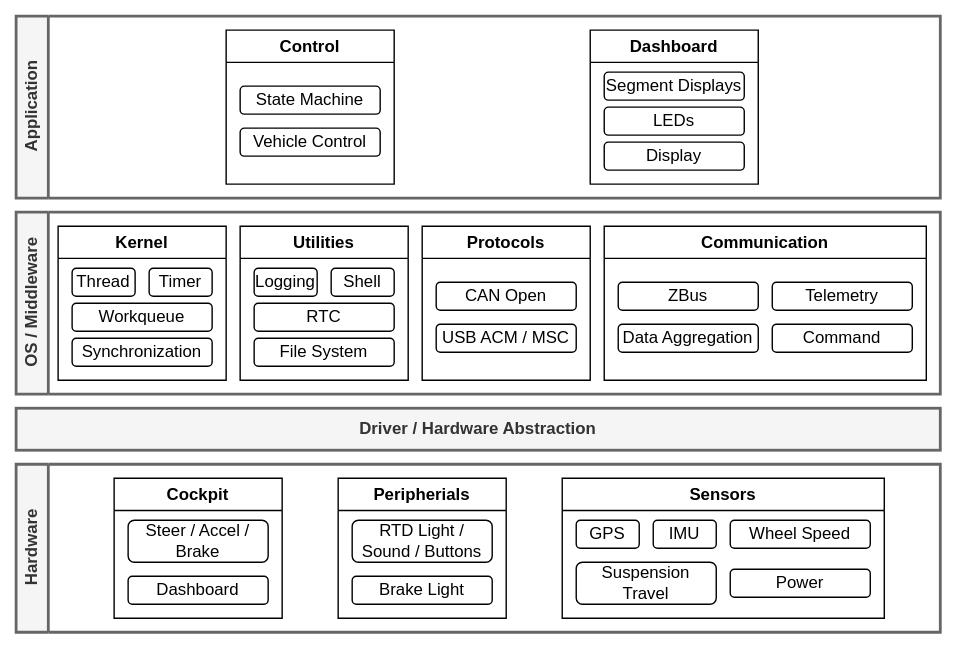
NTURacingTeam/nturt_zephyr_common keeps this draw.io diagram as doc/_static/images/architecture.svg. Above is the earlier version. Source tidied: cells renumbered, new cells last; positions are measured from the earlier drawing's top-left corner, leaving out a move shared by most shapes. Its diagram source:
```xml
<mxGraphModel>
  <root>
    <mxCell id="0" />
    <mxCell id="1" parent="0" />
    <mxCell id="2" value="Hardware" style="swimlane;horizontal=0;whiteSpace=wrap;html=1;fillColor=#f5f5f5;strokeColor=#666666;fontColor=#333333;labelBackgroundColor=none;gradientColor=none;rounded=0;shadow=0;glass=0;strokeWidth=2;" parent="1" vertex="1">
      <mxGeometry y="320" width="660" height="120" as="geometry" />
    </mxCell>
    <mxCell id="3" value="Cockpit" style="swimlane;whiteSpace=wrap;html=1;shadow=0;" parent="2" vertex="1">
      <mxGeometry x="70" y="10" width="120" height="100" as="geometry" />
    </mxCell>
    <mxCell id="4" value="Steer / Accel / Brake" style="rounded=1;whiteSpace=wrap;html=1;" parent="3" vertex="1">
      <mxGeometry x="10" y="30" width="100" height="30" as="geometry" />
    </mxCell>
    <mxCell id="5" value="Dashboard" style="rounded=1;whiteSpace=wrap;html=1;" parent="3" vertex="1">
      <mxGeometry x="10" y="70" width="100" height="20" as="geometry" />
    </mxCell>
    <mxCell id="6" value="Peripherials" style="swimlane;whiteSpace=wrap;html=1;" parent="2" vertex="1">
      <mxGeometry x="230" y="10" width="120" height="100" as="geometry" />
    </mxCell>
    <mxCell id="7" value="RTD Light / Sound / Buttons" style="rounded=1;whiteSpace=wrap;html=1;" parent="6" vertex="1">
      <mxGeometry x="10" y="30" width="100" height="30" as="geometry" />
    </mxCell>
    <mxCell id="8" value="Brake Light" style="rounded=1;whiteSpace=wrap;html=1;" parent="6" vertex="1">
      <mxGeometry x="10" y="70" width="100" height="20" as="geometry" />
    </mxCell>
    <mxCell id="9" value="Sensors" style="swimlane;whiteSpace=wrap;html=1;" parent="2" vertex="1">
      <mxGeometry x="390" y="10" width="230" height="100" as="geometry" />
    </mxCell>
    <mxCell id="10" value="GPS" style="rounded=1;whiteSpace=wrap;html=1;" parent="9" vertex="1">
      <mxGeometry x="10" y="30" width="45" height="20" as="geometry" />
    </mxCell>
    <mxCell id="11" value="Suspension Travel" style="rounded=1;whiteSpace=wrap;html=1;" parent="9" vertex="1">
      <mxGeometry x="10" y="60" width="100" height="30" as="geometry" />
    </mxCell>
    <mxCell id="12" value="IMU" style="rounded=1;whiteSpace=wrap;html=1;" parent="9" vertex="1">
      <mxGeometry x="65" y="30" width="45" height="20" as="geometry" />
    </mxCell>
    <mxCell id="13" value="Wheel Speed" style="rounded=1;whiteSpace=wrap;html=1;" parent="9" vertex="1">
      <mxGeometry x="120" y="30" width="100" height="20" as="geometry" />
    </mxCell>
    <mxCell id="14" value="Power" style="rounded=1;whiteSpace=wrap;html=1;" parent="9" vertex="1">
      <mxGeometry x="120" y="65" width="100" height="20" as="geometry" />
    </mxCell>
    <mxCell id="15" value="OS / Middleware" style="swimlane;horizontal=0;whiteSpace=wrap;html=1;startSize=23;fillColor=#f5f5f5;fontColor=#333333;strokeColor=#666666;strokeWidth=2;" parent="1" vertex="1">
      <mxGeometry y="140" width="660" height="130" as="geometry" />
    </mxCell>
    <mxCell id="16" value="Kernel" style="swimlane;whiteSpace=wrap;html=1;startSize=23;" parent="15" vertex="1">
      <mxGeometry x="30" y="10" width="120" height="110" as="geometry" />
    </mxCell>
    <mxCell id="17" value="Thread" style="rounded=1;whiteSpace=wrap;html=1;" parent="16" vertex="1">
      <mxGeometry x="10" y="30" width="45" height="20" as="geometry" />
    </mxCell>
    <mxCell id="18" value="Workqueue" style="rounded=1;whiteSpace=wrap;html=1;" parent="16" vertex="1">
      <mxGeometry x="10" y="55" width="100" height="20" as="geometry" />
    </mxCell>
    <mxCell id="19" value="Synchron&lt;span style=&quot;background-color: transparent;&quot;&gt;ization&lt;/span&gt;" style="rounded=1;whiteSpace=wrap;html=1;" parent="16" vertex="1">
      <mxGeometry x="10" y="80" width="100" height="20" as="geometry" />
    </mxCell>
    <mxCell id="20" value="Timer" style="rounded=1;whiteSpace=wrap;html=1;" parent="16" vertex="1">
      <mxGeometry x="65" y="30" width="45" height="20" as="geometry" />
    </mxCell>
    <mxCell id="21" value="Utilities" style="swimlane;whiteSpace=wrap;html=1;" parent="15" vertex="1">
      <mxGeometry x="160" y="10" width="120" height="110" as="geometry" />
    </mxCell>
    <mxCell id="22" value="Shell" style="rounded=1;whiteSpace=wrap;html=1;" parent="21" vertex="1">
      <mxGeometry x="65" y="30" width="45" height="20" as="geometry" />
    </mxCell>
    <mxCell id="23" value="Logging" style="rounded=1;whiteSpace=wrap;html=1;" parent="21" vertex="1">
      <mxGeometry x="10" y="30" width="45" height="20" as="geometry" />
    </mxCell>
    <mxCell id="24" value="RTC" style="rounded=1;whiteSpace=wrap;html=1;" parent="21" vertex="1">
      <mxGeometry x="10" y="55" width="100" height="20" as="geometry" />
    </mxCell>
    <mxCell id="25" value="File System" style="rounded=1;whiteSpace=wrap;html=1;" parent="21" vertex="1">
      <mxGeometry x="10" y="80" width="100" height="20" as="geometry" />
    </mxCell>
    <mxCell id="26" value="Communication" style="swimlane;whiteSpace=wrap;html=1;" parent="15" vertex="1">
      <mxGeometry x="420" y="10" width="230" height="110" as="geometry" />
    </mxCell>
    <mxCell id="27" value="ZBus" style="rounded=1;whiteSpace=wrap;html=1;" parent="26" vertex="1">
      <mxGeometry x="10" y="40" width="100" height="20" as="geometry" />
    </mxCell>
    <mxCell id="28" value="Telemetry" style="rounded=1;whiteSpace=wrap;html=1;" parent="26" vertex="1">
      <mxGeometry x="120" y="40" width="100" height="20" as="geometry" />
    </mxCell>
    <mxCell id="29" value="Data Aggregation" style="rounded=1;whiteSpace=wrap;html=1;" parent="26" vertex="1">
      <mxGeometry x="10" y="70" width="100" height="20" as="geometry" />
    </mxCell>
    <mxCell id="30" value="Command" style="rounded=1;whiteSpace=wrap;html=1;" parent="26" vertex="1">
      <mxGeometry x="120" y="70" width="100" height="20" as="geometry" />
    </mxCell>
    <mxCell id="31" value="Protocols" style="swimlane;whiteSpace=wrap;html=1;startSize=23;" parent="15" vertex="1">
      <mxGeometry x="290" y="10" width="120" height="110" as="geometry" />
    </mxCell>
    <mxCell id="32" value="CAN Open" style="rounded=1;whiteSpace=wrap;html=1;" parent="31" vertex="1">
      <mxGeometry x="10" y="40" width="100" height="20" as="geometry" />
    </mxCell>
    <mxCell id="33" value="USB ACM / MSC" style="rounded=1;whiteSpace=wrap;html=1;" parent="31" vertex="1">
      <mxGeometry x="10" y="70" width="100" height="20" as="geometry" />
    </mxCell>
    <mxCell id="34" value="Application" style="swimlane;horizontal=0;whiteSpace=wrap;html=1;strokeWidth=2;fillColor=#f5f5f5;fontColor=#333333;strokeColor=#666666;" parent="1" vertex="1">
      <mxGeometry width="660" height="130" as="geometry" />
    </mxCell>
    <mxCell id="35" value="Control" style="swimlane;whiteSpace=wrap;html=1;startSize=23;" parent="34" vertex="1">
      <mxGeometry x="150" y="10" width="120" height="110" as="geometry" />
    </mxCell>
    <mxCell id="36" value="State Machine" style="rounded=1;whiteSpace=wrap;html=1;" parent="35" vertex="1">
      <mxGeometry x="10" y="40" width="100" height="20" as="geometry" />
    </mxCell>
    <mxCell id="37" value="Vehicle Control" style="rounded=1;whiteSpace=wrap;html=1;" parent="35" vertex="1">
      <mxGeometry x="10" y="70" width="100" height="20" as="geometry" />
    </mxCell>
    <mxCell id="38" value="Dashboard" style="swimlane;whiteSpace=wrap;html=1;startSize=23;" parent="34" vertex="1">
      <mxGeometry x="410" y="10" width="120" height="110" as="geometry" />
    </mxCell>
    <mxCell id="39" value="Segment Displays" style="rounded=1;whiteSpace=wrap;html=1;" parent="38" vertex="1">
      <mxGeometry x="10" y="30" width="100" height="20" as="geometry" />
    </mxCell>
    <mxCell id="40" value="Display" style="rounded=1;whiteSpace=wrap;html=1;" parent="38" vertex="1">
      <mxGeometry x="10" y="80" width="100" height="20" as="geometry" />
    </mxCell>
    <mxCell id="41" value="LEDs" style="rounded=1;whiteSpace=wrap;html=1;" parent="38" vertex="1">
      <mxGeometry x="10" y="55" width="100" height="20" as="geometry" />
    </mxCell>
    <mxCell id="42" value="&lt;b&gt;Driver / Hardware Abstraction&lt;/b&gt;" style="rounded=0;whiteSpace=wrap;html=1;fillColor=#f5f5f5;strokeColor=#666666;fontColor=#333333;strokeWidth=2;" parent="1" vertex="1">
      <mxGeometry y="280" width="660" height="30" as="geometry" />
    </mxCell>
  </root>
</mxGraphModel>
```
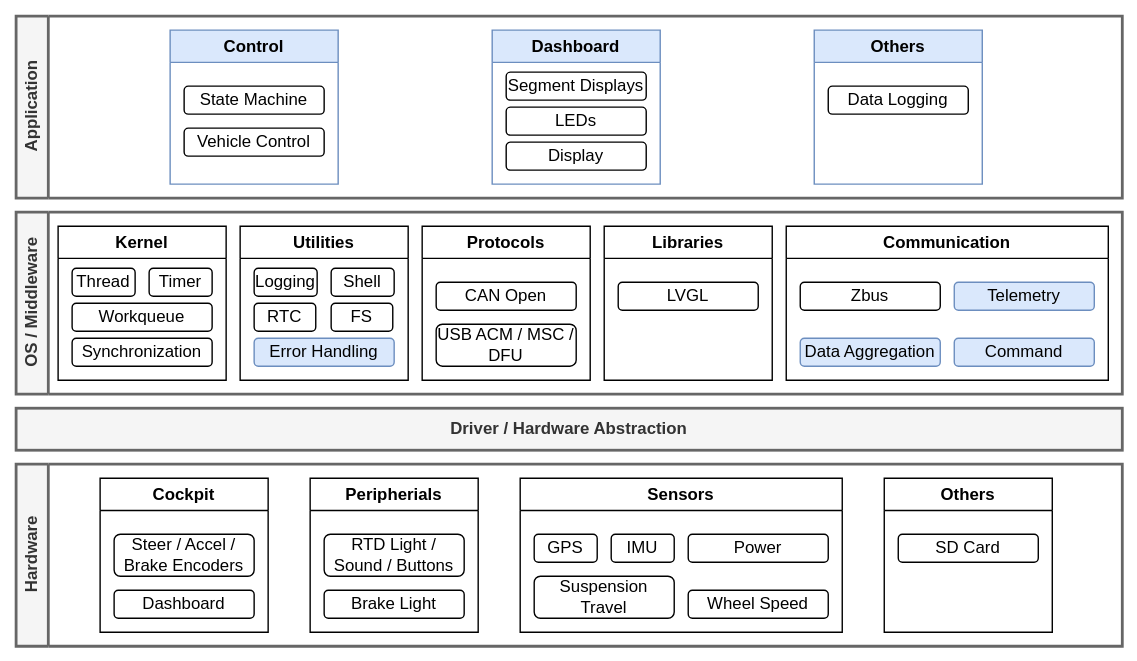
The same diagram one commit later.

Change to the diagram source:
```diff
@@ -3,46 +3,52 @@
     <mxCell id="0" />
     <mxCell id="1" parent="0" />
     <mxCell id="2" value="Hardware" style="swimlane;horizontal=0;whiteSpace=wrap;html=1;fillColor=#f5f5f5;strokeColor=#666666;fontColor=#333333;labelBackgroundColor=none;gradientColor=none;rounded=0;shadow=0;glass=0;strokeWidth=2;" parent="1" vertex="1">
-      <mxGeometry y="320" width="660" height="120" as="geometry" />
+      <mxGeometry y="320" width="790" height="130" as="geometry" />
     </mxCell>
     <mxCell id="3" value="Cockpit" style="swimlane;whiteSpace=wrap;html=1;shadow=0;" parent="2" vertex="1">
-      <mxGeometry x="70" y="10" width="120" height="100" as="geometry" />
+      <mxGeometry x="60" y="10" width="120" height="110" as="geometry" />
     </mxCell>
-    <mxCell id="4" value="Steer / Accel / Brake" style="rounded=1;whiteSpace=wrap;html=1;" parent="3" vertex="1">
-      <mxGeometry x="10" y="30" width="100" height="30" as="geometry" />
+    <mxCell id="4" value="Steer / Accel / Brake Encoders" style="rounded=1;whiteSpace=wrap;html=1;" parent="3" vertex="1">
+      <mxGeometry x="10" y="40" width="100" height="30" as="geometry" />
     </mxCell>
     <mxCell id="5" value="Dashboard" style="rounded=1;whiteSpace=wrap;html=1;" parent="3" vertex="1">
-      <mxGeometry x="10" y="70" width="100" height="20" as="geometry" />
+      <mxGeometry x="10" y="80" width="100" height="20" as="geometry" />
     </mxCell>
     <mxCell id="6" value="Peripherials" style="swimlane;whiteSpace=wrap;html=1;" parent="2" vertex="1">
-      <mxGeometry x="230" y="10" width="120" height="100" as="geometry" />
+      <mxGeometry x="210" y="10" width="120" height="110" as="geometry" />
     </mxCell>
     <mxCell id="7" value="RTD Light / Sound / Buttons" style="rounded=1;whiteSpace=wrap;html=1;" parent="6" vertex="1">
-      <mxGeometry x="10" y="30" width="100" height="30" as="geometry" />
+      <mxGeometry x="10" y="40" width="100" height="30" as="geometry" />
     </mxCell>
     <mxCell id="8" value="Brake Light" style="rounded=1;whiteSpace=wrap;html=1;" parent="6" vertex="1">
-      <mxGeometry x="10" y="70" width="100" height="20" as="geometry" />
+      <mxGeometry x="10" y="80" width="100" height="20" as="geometry" />
     </mxCell>
     <mxCell id="9" value="Sensors" style="swimlane;whiteSpace=wrap;html=1;" parent="2" vertex="1">
-      <mxGeometry x="390" y="10" width="230" height="100" as="geometry" />
+      <mxGeometry x="360" y="10" width="230" height="110" as="geometry" />
     </mxCell>
     <mxCell id="10" value="GPS" style="rounded=1;whiteSpace=wrap;html=1;" parent="9" vertex="1">
-      <mxGeometry x="10" y="30" width="45" height="20" as="geometry" />
+      <mxGeometry x="10" y="40" width="45" height="20" as="geometry" />
     </mxCell>
     <mxCell id="11" value="Suspension Travel" style="rounded=1;whiteSpace=wrap;html=1;" parent="9" vertex="1">
-      <mxGeometry x="10" y="60" width="100" height="30" as="geometry" />
+      <mxGeometry x="10" y="70" width="100" height="30" as="geometry" />
     </mxCell>
     <mxCell id="12" value="IMU" style="rounded=1;whiteSpace=wrap;html=1;" parent="9" vertex="1">
-      <mxGeometry x="65" y="30" width="45" height="20" as="geometry" />
+      <mxGeometry x="65" y="40" width="45" height="20" as="geometry" />
     </mxCell>
+    <mxCell id="14" value="Power" style="rounded=1;whiteSpace=wrap;html=1;" parent="9" vertex="1">
+      <mxGeometry x="120" y="40" width="100" height="20" as="geometry" />
+    </mxCell>
     <mxCell id="13" value="Wheel Speed" style="rounded=1;whiteSpace=wrap;html=1;" parent="9" vertex="1">
-      <mxGeometry x="120" y="30" width="100" height="20" as="geometry" />
+      <mxGeometry x="120" y="80" width="100" height="20" as="geometry" />
     </mxCell>
-    <mxCell id="14" value="Power" style="rounded=1;whiteSpace=wrap;html=1;" parent="9" vertex="1">
-      <mxGeometry x="120" y="65" width="100" height="20" as="geometry" />
-    </mxCell>
+    <mxCell id="43" value="Others" style="swimlane;whiteSpace=wrap;html=1;" parent="2" vertex="1">
+      <mxGeometry x="620" y="10" width="120" height="110" as="geometry" />
+    </mxCell>
+    <mxCell id="44" value="SD Card" style="rounded=1;whiteSpace=wrap;html=1;" parent="43" vertex="1">
+      <mxGeometry x="10" y="40" width="100" height="20" as="geometry" />
+    </mxCell>
     <mxCell id="15" value="OS / Middleware" style="swimlane;horizontal=0;whiteSpace=wrap;html=1;startSize=23;fillColor=#f5f5f5;fontColor=#333333;strokeColor=#666666;strokeWidth=2;" parent="1" vertex="1">
-      <mxGeometry y="140" width="660" height="130" as="geometry" />
+      <mxGeometry y="140" width="790" height="130" as="geometry" />
     </mxCell>
     <mxCell id="16" value="Kernel" style="swimlane;whiteSpace=wrap;html=1;startSize=23;" parent="15" vertex="1">
       <mxGeometry x="30" y="10" width="120" height="110" as="geometry" />
@@ -69,40 +75,49 @@
       <mxGeometry x="10" y="30" width="45" height="20" as="geometry" />
     </mxCell>
     <mxCell id="24" value="RTC" style="rounded=1;whiteSpace=wrap;html=1;" parent="21" vertex="1">
-      <mxGeometry x="10" y="55" width="100" height="20" as="geometry" />
+      <mxGeometry x="10" y="55" width="44" height="20" as="geometry" />
     </mxCell>
-    <mxCell id="25" value="File System" style="rounded=1;whiteSpace=wrap;html=1;" parent="21" vertex="1">
+    <mxCell id="25" value="Error Handling" style="rounded=1;whiteSpace=wrap;html=1;fillColor=#dae8fc;strokeColor=#6c8ebf;" parent="21" vertex="1">
       <mxGeometry x="10" y="80" width="100" height="20" as="geometry" />
     </mxCell>
+    <mxCell id="45" value="FS" style="rounded=1;whiteSpace=wrap;html=1;" parent="21" vertex="1">
+      <mxGeometry x="65" y="55" width="44" height="20" as="geometry" />
+    </mxCell>
+    <mxCell id="31" value="Protocols" style="swimlane;whiteSpace=wrap;html=1;startSize=23;" parent="15" vertex="1">
+      <mxGeometry x="290" y="10" width="120" height="110" as="geometry" />
+    </mxCell>
+    <mxCell id="32" value="CAN Open" style="rounded=1;whiteSpace=wrap;html=1;fillStyle=auto;" parent="31" vertex="1">
+      <mxGeometry x="10" y="40" width="100" height="20" as="geometry" />
+    </mxCell>
+    <mxCell id="33" value="USB ACM / MSC / DFU" style="rounded=1;whiteSpace=wrap;html=1;" parent="31" vertex="1">
+      <mxGeometry x="10" y="70" width="100" height="30" as="geometry" />
+    </mxCell>
+    <mxCell id="46" value="Libraries" style="swimlane;whiteSpace=wrap;html=1;startSize=23;" parent="15" vertex="1">
+      <mxGeometry x="420" y="10" width="120" height="110" as="geometry" />
+    </mxCell>
+    <mxCell id="47" value="LVGL" style="rounded=1;whiteSpace=wrap;html=1;" parent="46" vertex="1">
+      <mxGeometry x="10" y="40" width="100" height="20" as="geometry" />
+    </mxCell>
     <mxCell id="26" value="Communication" style="swimlane;whiteSpace=wrap;html=1;" parent="15" vertex="1">
-      <mxGeometry x="420" y="10" width="230" height="110" as="geometry" />
+      <mxGeometry x="550" y="10" width="230" height="110" as="geometry" />
     </mxCell>
-    <mxCell id="27" value="ZBus" style="rounded=1;whiteSpace=wrap;html=1;" parent="26" vertex="1">
+    <mxCell id="27" value="Zbus" style="rounded=1;whiteSpace=wrap;html=1;" parent="26" vertex="1">
       <mxGeometry x="10" y="40" width="100" height="20" as="geometry" />
     </mxCell>
-    <mxCell id="28" value="Telemetry" style="rounded=1;whiteSpace=wrap;html=1;" parent="26" vertex="1">
+    <mxCell id="28" value="Telemetry" style="rounded=1;whiteSpace=wrap;html=1;fillColor=#dae8fc;strokeColor=#6c8ebf;" parent="26" vertex="1">
       <mxGeometry x="120" y="40" width="100" height="20" as="geometry" />
     </mxCell>
-    <mxCell id="29" value="Data Aggregation" style="rounded=1;whiteSpace=wrap;html=1;" parent="26" vertex="1">
-      <mxGeometry x="10" y="70" width="100" height="20" as="geometry" />
+    <mxCell id="29" value="Data Aggregation" style="rounded=1;whiteSpace=wrap;html=1;fillColor=#dae8fc;strokeColor=#6c8ebf;" parent="26" vertex="1">
+      <mxGeometry x="10" y="80" width="100" height="20" as="geometry" />
     </mxCell>
-    <mxCell id="30" value="Command" style="rounded=1;whiteSpace=wrap;html=1;" parent="26" vertex="1">
-      <mxGeometry x="120" y="70" width="100" height="20" as="geometry" />
+    <mxCell id="30" value="Command" style="rounded=1;whiteSpace=wrap;html=1;fillColor=#dae8fc;strokeColor=#6c8ebf;" parent="26" vertex="1">
+      <mxGeometry x="120" y="80" width="100" height="20" as="geometry" />
     </mxCell>
-    <mxCell id="31" value="Protocols" style="swimlane;whiteSpace=wrap;html=1;startSize=23;" parent="15" vertex="1">
-      <mxGeometry x="290" y="10" width="120" height="110" as="geometry" />
-    </mxCell>
-    <mxCell id="32" value="CAN Open" style="rounded=1;whiteSpace=wrap;html=1;" parent="31" vertex="1">
-      <mxGeometry x="10" y="40" width="100" height="20" as="geometry" />
-    </mxCell>
-    <mxCell id="33" value="USB ACM / MSC" style="rounded=1;whiteSpace=wrap;html=1;" parent="31" vertex="1">
-      <mxGeometry x="10" y="70" width="100" height="20" as="geometry" />
-    </mxCell>
     <mxCell id="34" value="Application" style="swimlane;horizontal=0;whiteSpace=wrap;html=1;strokeWidth=2;fillColor=#f5f5f5;fontColor=#333333;strokeColor=#666666;" parent="1" vertex="1">
-      <mxGeometry width="660" height="130" as="geometry" />
+      <mxGeometry width="790" height="130" as="geometry" />
     </mxCell>
-    <mxCell id="35" value="Control" style="swimlane;whiteSpace=wrap;html=1;startSize=23;" parent="34" vertex="1">
-      <mxGeometry x="150" y="10" width="120" height="110" as="geometry" />
+    <mxCell id="35" value="Control" style="swimlane;whiteSpace=wrap;html=1;startSize=23;fillColor=#dae8fc;strokeColor=#6c8ebf;" parent="34" vertex="1">
+      <mxGeometry x="110" y="10" width="120" height="110" as="geometry" />
     </mxCell>
     <mxCell id="36" value="State Machine" style="rounded=1;whiteSpace=wrap;html=1;" parent="35" vertex="1">
       <mxGeometry x="10" y="40" width="100" height="20" as="geometry" />
@@ -110,8 +125,8 @@
     <mxCell id="37" value="Vehicle Control" style="rounded=1;whiteSpace=wrap;html=1;" parent="35" vertex="1">
       <mxGeometry x="10" y="70" width="100" height="20" as="geometry" />
     </mxCell>
-    <mxCell id="38" value="Dashboard" style="swimlane;whiteSpace=wrap;html=1;startSize=23;" parent="34" vertex="1">
-      <mxGeometry x="410" y="10" width="120" height="110" as="geometry" />
+    <mxCell id="38" value="Dashboard" style="swimlane;whiteSpace=wrap;html=1;startSize=23;fillColor=#dae8fc;strokeColor=#6c8ebf;" parent="34" vertex="1">
+      <mxGeometry x="340" y="10" width="120" height="110" as="geometry" />
     </mxCell>
     <mxCell id="39" value="Segment Displays" style="rounded=1;whiteSpace=wrap;html=1;" parent="38" vertex="1">
       <mxGeometry x="10" y="30" width="100" height="20" as="geometry" />
@@ -122,8 +137,14 @@
     <mxCell id="41" value="LEDs" style="rounded=1;whiteSpace=wrap;html=1;" parent="38" vertex="1">
       <mxGeometry x="10" y="55" width="100" height="20" as="geometry" />
     </mxCell>
+    <mxCell id="48" value="Others" style="swimlane;whiteSpace=wrap;html=1;startSize=23;fillColor=#dae8fc;strokeColor=#6c8ebf;glass=0;rounded=0;shadow=0;" parent="34" vertex="1">
+      <mxGeometry x="570" y="10" width="120" height="110" as="geometry" />
+    </mxCell>
+    <mxCell id="49" value="Data Logging" style="rounded=1;whiteSpace=wrap;html=1;" parent="48" vertex="1">
+      <mxGeometry x="10" y="40" width="100" height="20" as="geometry" />
+    </mxCell>
     <mxCell id="42" value="&lt;b&gt;Driver / Hardware Abstraction&lt;/b&gt;" style="rounded=0;whiteSpace=wrap;html=1;fillColor=#f5f5f5;strokeColor=#666666;fontColor=#333333;strokeWidth=2;" parent="1" vertex="1">
-      <mxGeometry y="280" width="660" height="30" as="geometry" />
+      <mxGeometry y="280" width="790" height="30" as="geometry" />
     </mxCell>
   </root>
 </mxGraphModel>
```
